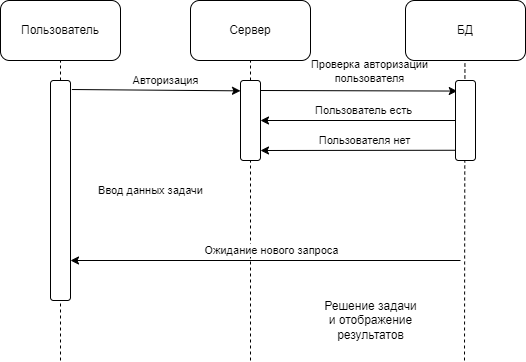
Earlier version of the draw.io export boundary_value_problem.png (Dramb-Inc/Solution_boundary_value_problem). Source tidied: cells renumbered, new cells last; positions are measured from the earlier drawing's top-left corner, leaving out a move shared by most shapes.
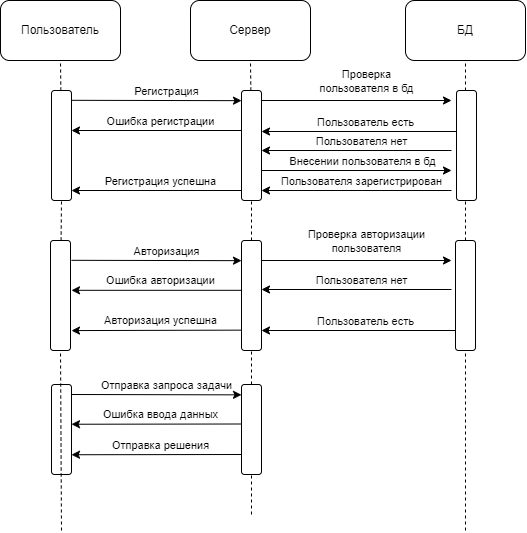
The same diagram one commit later.

What changed in the source:
```diff
@@ -3,22 +3,21 @@
     <mxCell id="0" />
     <mxCell id="1" parent="0" />
     <mxCell id="2" value="Пользователь" style="rounded=1;whiteSpace=wrap;html=1;" parent="1" vertex="1">
-      <mxGeometry width="120" height="60" as="geometry" />
+      <mxGeometry x="-1" y="-10" width="120" height="60" as="geometry" />
     </mxCell>
     <mxCell id="3" style="endArrow=none;dashed=1;html=1;rounded=0;entryX=0.5;entryY=1;entryDx=0;entryDy=0;startArrow=none;" parent="1" edge="1" source="14" target="2">
       <mxGeometry relative="1" as="geometry" />
     </mxCell>
     <mxCell id="4" value="Сервер" style="rounded=1;whiteSpace=wrap;html=1;" parent="1" vertex="1">
-      <mxGeometry x="190" width="120" height="60" as="geometry" />
+      <mxGeometry x="189" y="-10" width="120" height="60" as="geometry" />
     </mxCell>
-    <mxCell id="5" style="endArrow=none;dashed=1;html=1;rounded=0;startArrow=none;" parent="1" edge="1" source="8">
-      <mxGeometry relative="1" as="geometry">
-        <mxPoint x="250" y="60" as="targetPoint" />
-      </mxGeometry>
+    <mxCell id="5" style="endArrow=none;dashed=1;html=1;rounded=0;startArrow=none;entryX=0.5;entryY=1;entryDx=0;entryDy=0;" parent="1" edge="1" source="8" target="4">
+      <mxGeometry relative="1" as="geometry" />
     </mxCell>
-    <mxCell id="6" value="&lt;font&gt;Ввод данных задачи&lt;/font&gt;" style="endArrow=classic;html=1;rounded=0;exitX=1.069;exitY=0.041;exitDx=0;exitDy=0;exitPerimeter=0;" parent="1" edge="1" source="14">
+    <mxCell id="6" style="endArrow=classic;html=1;rounded=0;" parent="1" edge="1">
       <mxGeometry x="-0.06" y="-100" relative="1" as="geometry">
-        <mxPoint x="240" y="90.4" as="targetPoint" />
+        <mxPoint x="70" y="249.8" as="sourcePoint" />
+        <mxPoint x="240" y="250.2" as="targetPoint" />
       </mxGeometry>
     </mxCell>
     <mxCell id="7" value="Авторизация" style="edgeLabel;html=1;align=center;verticalAlign=middle;" parent="6" vertex="1">
@@ -27,16 +26,15 @@
       </mxGeometry>
     </mxCell>
     <mxCell id="8" style="rounded=1;whiteSpace=wrap;html=1;" parent="1" vertex="1">
-      <mxGeometry x="240" y="80" width="20" height="80" as="geometry" />
+      <mxGeometry x="240" y="80" width="20" height="110" as="geometry" />
     </mxCell>
-    <mxCell id="9" style="endArrow=none;dashed=1;html=1;rounded=0;" parent="1" edge="1" target="8">
-      <mxGeometry relative="1" as="geometry">
-        <mxPoint x="250" y="360" as="sourcePoint" />
-      </mxGeometry>
+    <mxCell id="9" style="endArrow=none;dashed=1;html=1;rounded=0;startArrow=none;entryX=0.5;entryY=1;entryDx=0;entryDy=0;" parent="1" edge="1" source="54" target="8">
+      <mxGeometry relative="1" as="geometry" />
     </mxCell>
-    <mxCell id="10" value="&lt;font&gt;&lt;span style=&quot;color: rgb(0, 0, 0); font-family: Helvetica; font-size: 12px; font-style: normal; font-variant-ligatures: normal; font-variant-caps: normal; font-weight: 400; letter-spacing: normal; orphans: 2; text-align: center; text-indent: 0px; text-transform: none; widows: 2; word-spacing: 0px; -webkit-text-stroke-width: 0px; background-color: rgb(248, 249, 250); text-decoration-thickness: initial; text-decoration-style: initial; text-decoration-color: initial; float: none; display: inline !important;&quot;&gt;&lt;br&gt;&lt;/span&gt;&lt;/font&gt;" style="endArrow=classic;html=1;rounded=0;exitX=1;exitY=0.5;exitDx=0;exitDy=0;entryX=0.088;entryY=0.132;entryDx=0;entryDy=0;entryPerimeter=0;" parent="1" edge="1" target="17">
+    <mxCell id="10" value="&lt;font&gt;&lt;span style=&quot;color: rgb(0, 0, 0); font-family: Helvetica; font-size: 12px; font-style: normal; font-variant-ligatures: normal; font-variant-caps: normal; font-weight: 400; letter-spacing: normal; orphans: 2; text-align: center; text-indent: 0px; text-transform: none; widows: 2; word-spacing: 0px; -webkit-text-stroke-width: 0px; background-color: rgb(248, 249, 250); text-decoration-thickness: initial; text-decoration-style: initial; text-decoration-color: initial; float: none; display: inline !important;&quot;&gt;&lt;br&gt;&lt;/span&gt;&lt;/font&gt;" style="endArrow=classic;html=1;rounded=0;exitX=1;exitY=0.5;exitDx=0;exitDy=0;" parent="1" edge="1">
       <mxGeometry x="0.26" y="-100" relative="1" as="geometry">
-        <mxPoint x="260" y="90" as="sourcePoint" />
+        <mxPoint x="260" y="250" as="sourcePoint" />
+        <mxPoint x="450" y="250" as="targetPoint" />
       </mxGeometry>
     </mxCell>
     <mxCell id="11" value="Проверка авторизации&lt;br&gt;&lt;font&gt;пользователя&lt;/font&gt;" style="edgeLabel;html=1;align=center;verticalAlign=middle;" parent="10" vertex="1">
@@ -44,47 +42,36 @@
         <mxPoint y="-20" as="offset" />
       </mxGeometry>
     </mxCell>
-    <mxCell id="12" style="endArrow=none;dashed=1;html=1;rounded=0;entryX=0.5;entryY=1;entryDx=0;entryDy=0;" parent="1" edge="1">
-      <mxGeometry relative="1" as="geometry">
-        <mxPoint x="60" y="360" as="sourcePoint" />
-        <mxPoint x="60" y="300" as="targetPoint" />
-      </mxGeometry>
+    <mxCell id="12" style="endArrow=none;dashed=1;html=1;rounded=0;entryX=0.5;entryY=1;entryDx=0;entryDy=0;startArrow=none;" parent="1" edge="1" source="52" target="14">
+      <mxGeometry relative="1" as="geometry" />
     </mxCell>
-    <mxCell id="13" value="Ожидание нового запроса" style="endArrow=classic;html=1;rounded=0;entryX=1;entryY=0.5;entryDx=0;entryDy=0;" parent="1" edge="1">
-      <mxGeometry x="-0.03" y="-10" relative="1" as="geometry">
-        <mxPoint x="460" y="260" as="sourcePoint" />
-        <mxPoint x="70" y="260" as="targetPoint" />
-      </mxGeometry>
-    </mxCell>
     <mxCell id="14" style="rounded=1;whiteSpace=wrap;html=1;" parent="1" vertex="1">
-      <mxGeometry x="50" y="80" width="20" height="220" as="geometry" />
+      <mxGeometry x="50" y="80" width="20" height="110" as="geometry" />
     </mxCell>
     <mxCell id="15" value="БД" style="rounded=1;whiteSpace=wrap;html=1;" parent="1" vertex="1">
-      <mxGeometry x="405" width="120" height="60" as="geometry" />
+      <mxGeometry x="404" y="-10" width="120" height="60" as="geometry" />
     </mxCell>
-    <mxCell id="16" style="endArrow=none;dashed=1;html=1;rounded=0;" parent="1" edge="1">
-      <mxGeometry relative="1" as="geometry">
-        <mxPoint x="464" y="360" as="sourcePoint" />
-        <mxPoint x="464.4" y="60" as="targetPoint" />
-      </mxGeometry>
+    <mxCell id="16" style="endArrow=none;dashed=1;html=1;rounded=0;entryX=0.5;entryY=1;entryDx=0;entryDy=0;startArrow=none;" parent="1" edge="1" source="56" target="15">
+      <mxGeometry relative="1" as="geometry" />
     </mxCell>
     <mxCell id="17" style="rounded=1;whiteSpace=wrap;html=1;" parent="1" vertex="1">
-      <mxGeometry x="455" y="80" width="20" height="80" as="geometry" />
+      <mxGeometry x="455" y="80" width="20" height="110" as="geometry" />
     </mxCell>
-    <mxCell id="18" style="endArrow=classic;html=1;rounded=0;entryX=1;entryY=0.5;entryDx=0;entryDy=0;entryPerimeter=0;exitX=0;exitY=0.5;exitDx=0;exitDy=0;" parent="1" edge="1" source="17" target="8">
-      <mxGeometry relative="1" as="geometry" />
+    <mxCell id="18" style="endArrow=classic;html=1;rounded=0;entryX=1;entryY=0.5;entryDx=0;entryDy=0;entryPerimeter=0;exitX=0;exitY=0.5;exitDx=0;exitDy=0;" parent="1" edge="1">
+      <mxGeometry relative="1" as="geometry">
+        <mxPoint x="455" y="320" as="sourcePoint" />
+        <mxPoint x="260" y="320" as="targetPoint" />
+      </mxGeometry>
     </mxCell>
     <mxCell id="19" value="Пользователь есть" style="edgeLabel;html=1;align=center;verticalAlign=middle;" parent="18" vertex="1">
       <mxGeometry x="-0.21" relative="1" as="geometry">
         <mxPoint x="-15" y="-10" as="offset" />
       </mxGeometry>
     </mxCell>
-    <mxCell id="20" value="&lt;font&gt;Решение задачи&lt;/font&gt;&lt;br&gt;&lt;font&gt;и отображение&lt;/font&gt;&lt;br&gt;&lt;font&gt;результатов&lt;/font&gt;" style="text;html=1;align=center;verticalAlign=middle;strokeColor=none;fillColor=none;" parent="1" vertex="1">
-      <mxGeometry x="310" y="290" width="120" height="60" as="geometry" />
-    </mxCell>
-    <mxCell id="21" style="endArrow=classic;html=1;rounded=0;entryX=1;entryY=0.5;entryDx=0;entryDy=0;entryPerimeter=0;exitX=-0.027;exitY=0.872;exitDx=0;exitDy=0;exitPerimeter=0;" parent="1" edge="1" source="17">
+    <mxCell id="21" style="endArrow=classic;html=1;rounded=0;" parent="1" edge="1">
       <mxGeometry relative="1" as="geometry">
-        <mxPoint x="260" y="150" as="targetPoint" />
+        <mxPoint x="450" y="279" as="sourcePoint" />
+        <mxPoint x="260" y="279" as="targetPoint" />
       </mxGeometry>
     </mxCell>
     <mxCell id="22" value="Пользователя нет" style="edgeLabel;html=1;align=center;verticalAlign=middle;" parent="21" vertex="1">
@@ -92,5 +79,181 @@
         <mxPoint x="-15" y="-10" as="offset" />
       </mxGeometry>
     </mxCell>
+    <mxCell id="23" style="endArrow=classic;html=1;rounded=0;entryX=1;entryY=0.5;entryDx=0;entryDy=0;entryPerimeter=0;" parent="1" edge="1">
+      <mxGeometry relative="1" as="geometry">
+        <mxPoint x="240" y="319.6" as="sourcePoint" />
+        <mxPoint x="70" y="320.1" as="targetPoint" />
+      </mxGeometry>
+    </mxCell>
+    <mxCell id="24" value="Авторизация успешна" style="edgeLabel;html=1;align=center;verticalAlign=middle;" parent="23" vertex="1">
+      <mxGeometry x="-0.21" relative="1" as="geometry">
+        <mxPoint x="-15" y="-10" as="offset" />
+      </mxGeometry>
+    </mxCell>
+    <mxCell id="25" style="endArrow=classic;html=1;rounded=0;" parent="1" edge="1">
+      <mxGeometry relative="1" as="geometry">
+        <mxPoint x="240" y="279.8" as="sourcePoint" />
+        <mxPoint x="70" y="279.8" as="targetPoint" />
+      </mxGeometry>
+    </mxCell>
+    <mxCell id="26" value="Ошибка авторизации" style="edgeLabel;html=1;align=center;verticalAlign=middle;" parent="25" vertex="1">
+      <mxGeometry x="-0.21" relative="1" as="geometry">
+        <mxPoint x="-15" y="-10" as="offset" />
+      </mxGeometry>
+    </mxCell>
+    <mxCell id="27" style="rounded=1;whiteSpace=wrap;html=1;" parent="1" vertex="1">
+      <mxGeometry x="50" y="374" width="20" height="90" as="geometry" />
+    </mxCell>
+    <mxCell id="28" style="endArrow=classic;html=1;rounded=0;exitX=1;exitY=0.2;exitDx=0;exitDy=0;exitPerimeter=0;" parent="1" edge="1">
+      <mxGeometry x="-0.06" y="-100" relative="1" as="geometry">
+        <mxPoint x="70" y="384" as="sourcePoint" />
+        <mxPoint x="240" y="384.4" as="targetPoint" />
+      </mxGeometry>
+    </mxCell>
+    <mxCell id="29" value="Отправка запроса задачи" style="edgeLabel;html=1;align=center;verticalAlign=middle;" parent="28" vertex="1">
+      <mxGeometry x="0.1" y="1" relative="1" as="geometry">
+        <mxPoint y="-9" as="offset" />
+      </mxGeometry>
+    </mxCell>
+    <mxCell id="30" style="rounded=1;whiteSpace=wrap;html=1;" parent="1" vertex="1">
+      <mxGeometry x="240" y="374" width="20" height="90" as="geometry" />
+    </mxCell>
+    <mxCell id="31" style="endArrow=none;dashed=1;html=1;rounded=0;" parent="1" edge="1" target="30">
+      <mxGeometry relative="1" as="geometry">
+        <mxPoint x="250" y="504" as="sourcePoint" />
+      </mxGeometry>
+    </mxCell>
+    <mxCell id="32" style="endArrow=classic;html=1;rounded=0;entryX=1;entryY=0.5;entryDx=0;entryDy=0;entryPerimeter=0;" parent="1" edge="1">
+      <mxGeometry relative="1" as="geometry">
+        <mxPoint x="240" y="413.5" as="sourcePoint" />
+        <mxPoint x="70" y="413.7" as="targetPoint" />
+      </mxGeometry>
+    </mxCell>
+    <mxCell id="33" value="Ошибка ввода данных" style="edgeLabel;html=1;align=center;verticalAlign=middle;" parent="32" vertex="1">
+      <mxGeometry x="-0.21" relative="1" as="geometry">
+        <mxPoint x="-15" y="-10" as="offset" />
+      </mxGeometry>
+    </mxCell>
+    <mxCell id="34" style="endArrow=classic;html=1;rounded=0;entryX=1;entryY=0.5;entryDx=0;entryDy=0;entryPerimeter=0;" parent="1" edge="1">
+      <mxGeometry relative="1" as="geometry">
+        <mxPoint x="240" y="444" as="sourcePoint" />
+        <mxPoint x="70" y="444.2" as="targetPoint" />
+      </mxGeometry>
+    </mxCell>
+    <mxCell id="35" value="Отправка решения" style="edgeLabel;html=1;align=center;verticalAlign=middle;" parent="34" vertex="1">
+      <mxGeometry x="-0.21" relative="1" as="geometry">
+        <mxPoint x="-15" y="-10" as="offset" />
+      </mxGeometry>
+    </mxCell>
+    <mxCell id="36" style="endArrow=classic;html=1;rounded=0;" parent="1" edge="1">
+      <mxGeometry x="-0.06" y="-100" relative="1" as="geometry">
+        <mxPoint x="70" y="89.8" as="sourcePoint" />
+        <mxPoint x="240" y="90.2" as="targetPoint" />
+      </mxGeometry>
+    </mxCell>
+    <mxCell id="37" value="Регистрация" style="edgeLabel;html=1;align=center;verticalAlign=middle;" parent="36" vertex="1">
+      <mxGeometry x="0.1" y="1" relative="1" as="geometry">
+        <mxPoint y="-9" as="offset" />
+      </mxGeometry>
+    </mxCell>
+    <mxCell id="38" style="endArrow=classic;html=1;rounded=0;entryX=1;entryY=0.5;entryDx=0;entryDy=0;entryPerimeter=0;exitX=0;exitY=0.5;exitDx=0;exitDy=0;" parent="1" edge="1">
+      <mxGeometry relative="1" as="geometry">
+        <mxPoint x="455" y="121" as="sourcePoint" />
+        <mxPoint x="260" y="121" as="targetPoint" />
+      </mxGeometry>
+    </mxCell>
+    <mxCell id="39" value="Пользователь есть" style="edgeLabel;html=1;align=center;verticalAlign=middle;" parent="38" vertex="1">
+      <mxGeometry x="-0.21" relative="1" as="geometry">
+        <mxPoint x="-15" y="-10" as="offset" />
+      </mxGeometry>
+    </mxCell>
+    <mxCell id="40" style="endArrow=classic;html=1;rounded=0;" parent="1" edge="1">
+      <mxGeometry relative="1" as="geometry">
+        <mxPoint x="450" y="140" as="sourcePoint" />
+        <mxPoint x="260" y="140" as="targetPoint" />
+      </mxGeometry>
+    </mxCell>
+    <mxCell id="41" value="Пользователя нет" style="edgeLabel;html=1;align=center;verticalAlign=middle;" parent="40" vertex="1">
+      <mxGeometry x="-0.21" relative="1" as="geometry">
+        <mxPoint x="-15" y="-10" as="offset" />
+      </mxGeometry>
+    </mxCell>
+    <mxCell id="42" value="&lt;font&gt;&lt;span style=&quot;color: rgb(0, 0, 0); font-family: Helvetica; font-size: 12px; font-style: normal; font-variant-ligatures: normal; font-variant-caps: normal; font-weight: 400; letter-spacing: normal; orphans: 2; text-align: center; text-indent: 0px; text-transform: none; widows: 2; word-spacing: 0px; -webkit-text-stroke-width: 0px; background-color: rgb(248, 249, 250); text-decoration-thickness: initial; text-decoration-style: initial; text-decoration-color: initial; float: none; display: inline !important;&quot;&gt;&lt;br&gt;&lt;/span&gt;&lt;/font&gt;" style="endArrow=classic;html=1;rounded=0;exitX=1;exitY=0.5;exitDx=0;exitDy=0;" parent="1" edge="1">
+      <mxGeometry x="0.26" y="-100" relative="1" as="geometry">
+        <mxPoint x="260" y="90" as="sourcePoint" />
+        <mxPoint x="450" y="90" as="targetPoint" />
+      </mxGeometry>
+    </mxCell>
+    <mxCell id="43" value="Проверка&lt;br&gt;&lt;font&gt;пользователя в бд&lt;/font&gt;" style="edgeLabel;html=1;align=center;verticalAlign=middle;" parent="42" vertex="1">
+      <mxGeometry x="0.1" relative="1" as="geometry">
+        <mxPoint y="-20" as="offset" />
+      </mxGeometry>
+    </mxCell>
+    <mxCell id="44" style="endArrow=classic;html=1;rounded=0;" parent="1" edge="1">
+      <mxGeometry relative="1" as="geometry">
+        <mxPoint x="240" y="120" as="sourcePoint" />
+        <mxPoint x="70" y="120" as="targetPoint" />
+      </mxGeometry>
+    </mxCell>
+    <mxCell id="45" value="Ошибка регистрации" style="edgeLabel;html=1;align=center;verticalAlign=middle;" parent="44" vertex="1">
+      <mxGeometry x="-0.21" relative="1" as="geometry">
+        <mxPoint x="-15" y="-10" as="offset" />
+      </mxGeometry>
+    </mxCell>
+    <mxCell id="46" style="endArrow=classic;html=1;rounded=0;" parent="1" edge="1">
+      <mxGeometry relative="1" as="geometry">
+        <mxPoint x="260" y="160" as="sourcePoint" />
+        <mxPoint x="450" y="160" as="targetPoint" />
+      </mxGeometry>
+    </mxCell>
+    <mxCell id="47" value="Внесении пользователя в бд" style="edgeLabel;html=1;align=center;verticalAlign=middle;" parent="46" vertex="1">
+      <mxGeometry x="-0.21" relative="1" as="geometry">
+        <mxPoint x="25" y="-10" as="offset" />
+      </mxGeometry>
+    </mxCell>
+    <mxCell id="48" style="endArrow=classic;html=1;rounded=0;" parent="1" edge="1">
+      <mxGeometry relative="1" as="geometry">
+        <mxPoint x="450" y="180" as="sourcePoint" />
+        <mxPoint x="260" y="180" as="targetPoint" />
+      </mxGeometry>
+    </mxCell>
+    <mxCell id="49" value="Пользователя зарегистрирован" style="edgeLabel;html=1;align=center;verticalAlign=middle;" parent="48" vertex="1">
+      <mxGeometry x="-0.21" relative="1" as="geometry">
+        <mxPoint x="-15" y="-10" as="offset" />
+      </mxGeometry>
+    </mxCell>
+    <mxCell id="50" style="endArrow=classic;html=1;rounded=0;" parent="1" edge="1">
+      <mxGeometry relative="1" as="geometry">
+        <mxPoint x="240" y="180" as="sourcePoint" />
+        <mxPoint x="70" y="180" as="targetPoint" />
+      </mxGeometry>
+    </mxCell>
+    <mxCell id="51" value="Регистрация успешна" style="edgeLabel;html=1;align=center;verticalAlign=middle;" parent="50" vertex="1">
+      <mxGeometry x="-0.21" relative="1" as="geometry">
+        <mxPoint x="-15" y="-10" as="offset" />
+      </mxGeometry>
+    </mxCell>
+    <mxCell id="52" style="rounded=1;whiteSpace=wrap;html=1;" parent="1" vertex="1">
+      <mxGeometry x="49" y="230" width="20" height="110" as="geometry" />
+    </mxCell>
+    <mxCell id="53" style="endArrow=none;dashed=1;html=1;rounded=0;entryX=0.5;entryY=1;entryDx=0;entryDy=0;" parent="1" edge="1" target="52">
+      <mxGeometry relative="1" as="geometry">
+        <mxPoint x="60" y="520" as="sourcePoint" />
+      </mxGeometry>
+    </mxCell>
+    <mxCell id="54" style="rounded=1;whiteSpace=wrap;html=1;" parent="1" vertex="1">
+      <mxGeometry x="240" y="230" width="20" height="110" as="geometry" />
+    </mxCell>
+    <mxCell id="55" style="endArrow=none;dashed=1;html=1;rounded=0;startArrow=none;entryX=0.5;entryY=1;entryDx=0;entryDy=0;" parent="1" edge="1" source="30" target="54">
+      <mxGeometry relative="1" as="geometry" />
+    </mxCell>
+    <mxCell id="56" style="rounded=1;whiteSpace=wrap;html=1;" parent="1" vertex="1">
+      <mxGeometry x="454" y="230" width="20" height="110" as="geometry" />
+    </mxCell>
+    <mxCell id="57" style="endArrow=none;dashed=1;html=1;rounded=0;entryX=0.5;entryY=1;entryDx=0;entryDy=0;" parent="1" edge="1" target="56">
+      <mxGeometry relative="1" as="geometry">
+        <mxPoint x="464" y="520" as="sourcePoint" />
+      </mxGeometry>
+    </mxCell>
   </root>
 </mxGraphModel>
```
